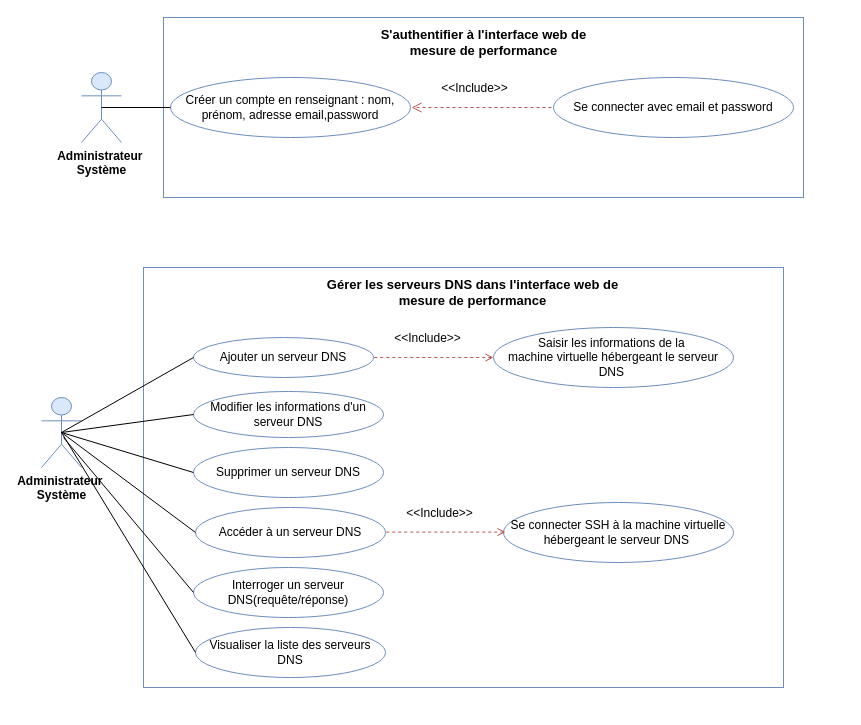
Above: UseCaseAuthentification.drawio in eya-harbaoui/Diagramms (draw.io), before the change. Source tidied: cells renumbered, new cells numbered last; positions are measured from the earlier drawing's top-left corner, leaving out a move shared by most shapes. Both pictures are drawn from the tidied source at 100%, with x=0, y=0 at pixel (41, 17).
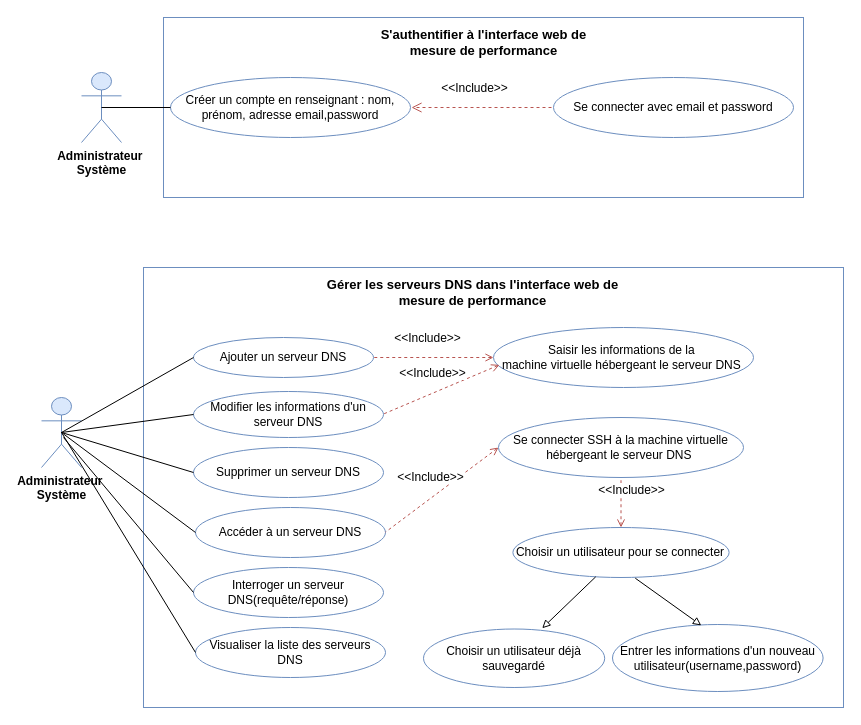
Above is the later version.

Commit message (it also covers changes not shown here):
Mettre à jour UseCaseAuthentification.drawio

The edit, as a diff of the source:
```diff
@@
     <mxCell id="10" style="rounded=0;whiteSpace=wrap;html=1;strokeColor=#6C8EBF;" parent="1" vertex="1">
-      <mxGeometry x="102" y="250" width="640" height="420" as="geometry" />
+      <mxGeometry x="102" y="250" width="700" height="440" as="geometry" />
     </mxCell>
@@
     <mxCell id="12" value="&lt;div&gt;Saisir les informations de la&amp;nbsp;&lt;/div&gt;&lt;div&gt;machine virtuelle hébergeant le serveur DNS&amp;nbsp;&lt;/div&gt;" style="ellipse;whiteSpace=wrap;html=1;fillColor=#FFFFFF;strokeColor=#6c8ebf;" parent="1" vertex="1">
-      <mxGeometry x="452" y="310" width="240" height="60" as="geometry" />
+      <mxGeometry x="452" y="310" width="260" height="60" as="geometry" />
     </mxCell>
@@
     <mxCell id="21" value="&lt;div&gt;Se connecter SSH à la&amp;nbsp;&lt;span style=&quot;background-color: initial;&quot;&gt;machine virtuelle hébergeant le serveur DNS&amp;nbsp;&lt;/span&gt;&lt;/div&gt;" style="ellipse;whiteSpace=wrap;html=1;fillColor=#FFFFFF;strokeColor=#6c8ebf;" parent="1" vertex="1">
-      <mxGeometry x="462" y="485" width="230" height="60" as="geometry" />
+      <mxGeometry x="457" y="400" width="245" height="60" as="geometry" />
     </mxCell>
@@
-    <mxCell id="23" value="&lt;font style=&quot;font-size: 12px;&quot;&gt;&amp;lt;&amp;lt;Include&amp;gt;&amp;gt;&lt;/font&gt;" style="html=1;verticalAlign=bottom;endArrow=none;dashed=1;endSize=8;curved=0;rounded=0;fillColor=#f8cecc;strokeColor=#b85450;startArrow=open;startFill=0;endFill=0;entryX=1;entryY=0.5;entryDx=0;entryDy=0;" parent="1" edge="1">
+    <mxCell id="23" value="&lt;font style=&quot;font-size: 12px;&quot;&gt;&amp;lt;&amp;lt;Include&amp;gt;&amp;gt;&lt;/font&gt;" style="html=1;verticalAlign=bottom;endArrow=none;dashed=1;endSize=8;curved=0;rounded=0;fillColor=#f8cecc;strokeColor=#b85450;startArrow=open;startFill=0;endFill=0;entryX=1;entryY=0.5;entryDx=0;entryDy=0;exitX=0;exitY=0.5;exitDx=0;exitDy=0;" parent="1" edge="1" source="21">
       <mxGeometry x="0.1" y="-10" relative="1" as="geometry">
-        <mxPoint x="464" y="514.6" as="sourcePoint" />
         <mxPoint x="344" y="514.6" as="targetPoint" />
       </mxGeometry>
     </mxCell>
@@
+    <mxCell id="28" value="Choisir un utilisateur pour se connecter" style="ellipse;whiteSpace=wrap;html=1;fillColor=#FFFFFF;strokeColor=#6c8ebf;" parent="1" vertex="1">
+      <mxGeometry x="471.4" y="510" width="216.2" height="50" as="geometry" />
+    </mxCell>
+    <mxCell id="29" style="endArrow=none;html=1;rounded=0;startArrow=block;startFill=0;exitX=0.655;exitY=-0.013;exitDx=0;exitDy=0;exitPerimeter=0;" parent="1" edge="1" source="30" target="28">
+      <mxGeometry relative="1" as="geometry" />
+    </mxCell>
+    <mxCell id="30" value="Choisir un utilisateur déjà sauvegardé" style="ellipse;whiteSpace=wrap;html=1;fillColor=#FFFFFF;strokeColor=#6c8ebf;" parent="1" vertex="1">
+      <mxGeometry x="382" y="611.5" width="181.2" height="58.5" as="geometry" />
+    </mxCell>
+    <mxCell id="31" value="Entrer les informations d'un nouveau utilisateur(username,password)" style="ellipse;whiteSpace=wrap;html=1;fillColor=#FFFFFF;strokeColor=#6c8ebf;" parent="1" vertex="1">
+      <mxGeometry x="571" y="607" width="210.6" height="67" as="geometry" />
+    </mxCell>
+    <mxCell id="32" value="&lt;font style=&quot;font-size: 12px;&quot;&gt;&amp;lt;&amp;lt;Include&amp;gt;&amp;gt;&lt;/font&gt;" style="html=1;verticalAlign=bottom;endArrow=none;dashed=1;endSize=8;curved=0;rounded=0;fillColor=#f8cecc;strokeColor=#b85450;startArrow=open;startFill=0;endFill=0;entryX=0.5;entryY=1;entryDx=0;entryDy=0;exitX=0.5;exitY=0;exitDx=0;exitDy=0;" parent="1" edge="1" source="28" target="21">
+      <mxGeometry x="0.1" y="-10" relative="1" as="geometry" />
+    </mxCell>
+    <mxCell id="33" style="endArrow=none;html=1;rounded=0;startArrow=block;startFill=0;entryX=0.566;entryY=1.014;entryDx=0;entryDy=0;entryPerimeter=0;" parent="1" edge="1" target="28">
+      <mxGeometry relative="1" as="geometry">
+        <mxPoint x="659.8" y="607.9" as="sourcePoint" />
+      </mxGeometry>
+    </mxCell>
+    <mxCell id="34" value="&lt;font style=&quot;font-size: 12px;&quot;&gt;&amp;lt;&amp;lt;Include&amp;gt;&amp;gt;&lt;/font&gt;" style="html=1;verticalAlign=bottom;endArrow=none;dashed=1;endSize=8;curved=0;rounded=0;fillColor=#f8cecc;strokeColor=#b85450;startArrow=open;startFill=0;endFill=0;entryX=1;entryY=0.5;entryDx=0;entryDy=0;exitX=0.023;exitY=0.623;exitDx=0;exitDy=0;exitPerimeter=0;" parent="1" edge="1" source="12">
+      <mxGeometry x="0.1" y="-10" relative="1" as="geometry">
+        <mxPoint x="342" y="396.5" as="targetPoint" />
+      </mxGeometry>
+    </mxCell>
```
